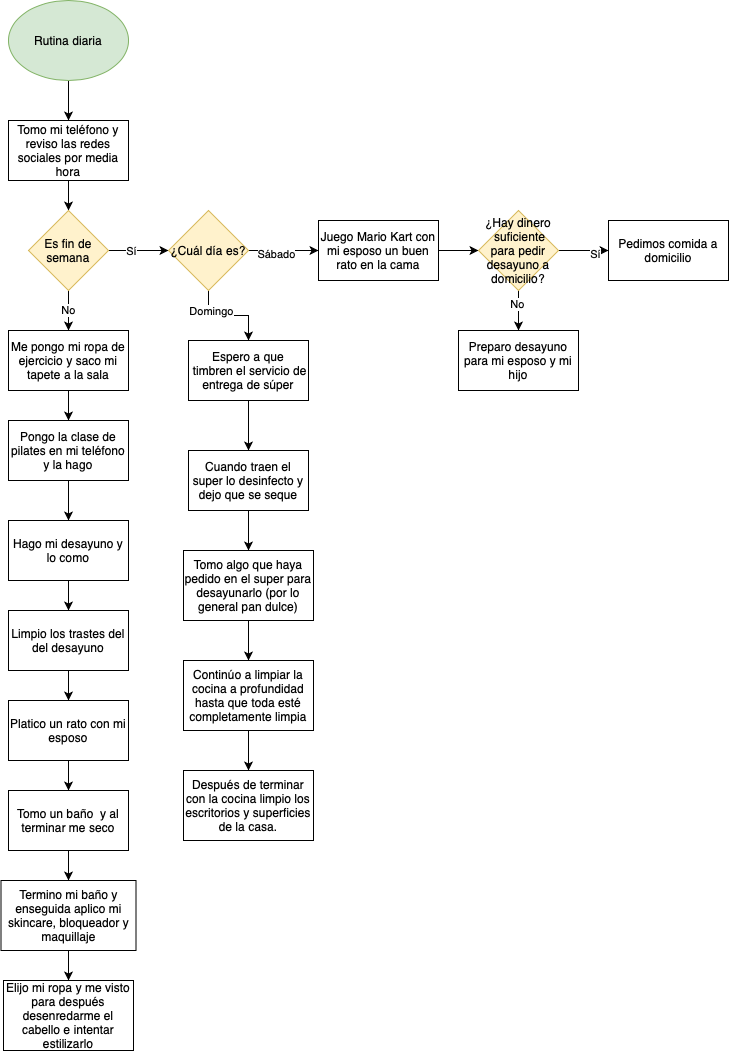
Earlier version of the draw.io export Rutina diaria.png (missphoneme/ejercicios-kodemia). Source tidied: cells renumbered, new cells last; positions are measured from the earlier drawing's top-left corner, leaving out a move shared by most shapes.
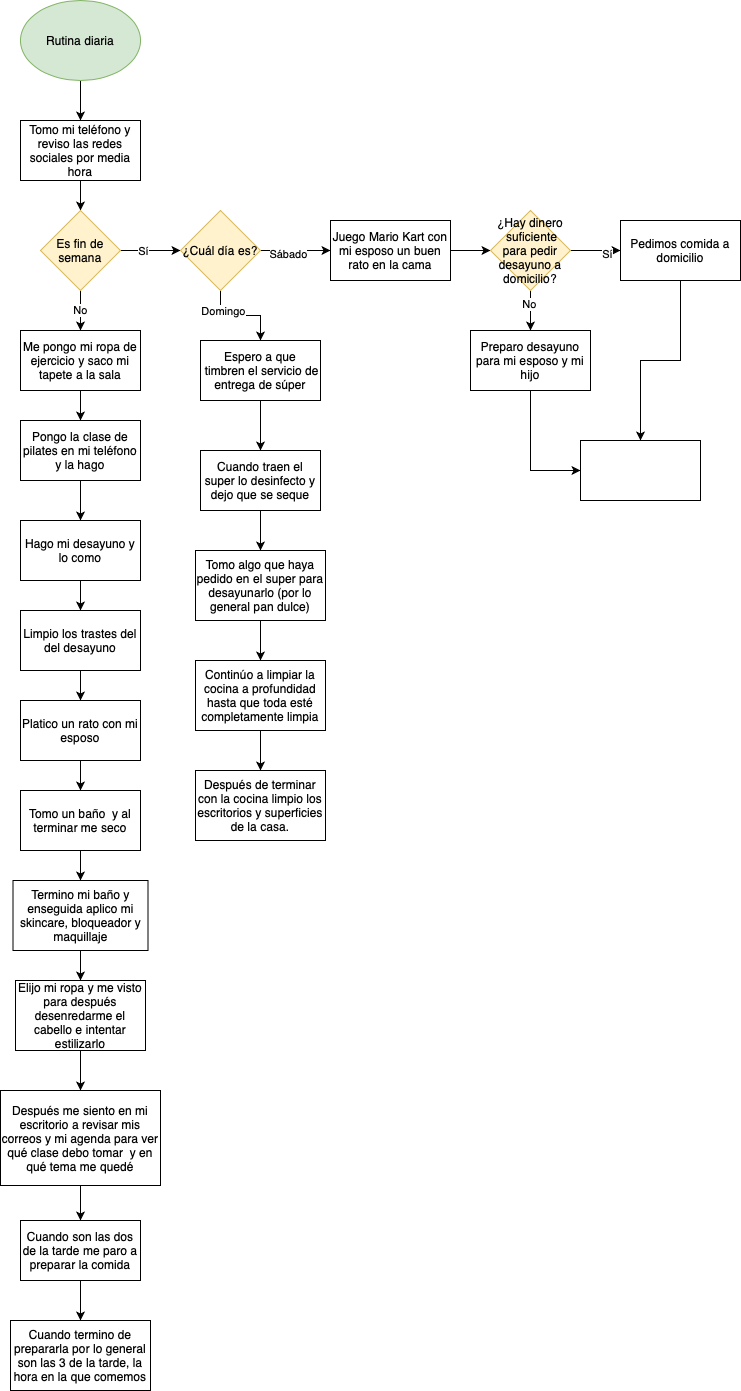
Above is the later version.

The edit, as a diff of the source:
```diff
@@ -101,6 +101,9 @@
     <mxCell id="34" value="Cuando traen el super lo desinfecto y dejo que se seque" style="rounded=0;whiteSpace=wrap;html=1;" parent="1" vertex="1">
       <mxGeometry x="188" y="450" width="120" height="60" as="geometry" />
     </mxCell>
+    <mxCell id="48" style="edgeStyle=orthogonalEdgeStyle;rounded=0;jettySize=auto;html=1;" parent="1" edge="1" source="35" target="53">
+      <mxGeometry relative="1" as="geometry" />
+    </mxCell>
     <mxCell id="35" value="Elijo mi ropa y me visto para después desenredarme el cabello e intentar estilizarlo" style="rounded=0;whiteSpace=wrap;html=1;" parent="1" vertex="1">
       <mxGeometry x="3" y="980" width="130" height="70" as="geometry" />
     </mxCell>
@@ -119,9 +122,15 @@
     <mxCell id="40" value="¿Hay dinero &amp;nbsp;suficiente para pedir desayuno a domicilio?" style="rhombus;whiteSpace=wrap;html=1;fillColor=#fff2cc;strokeColor=#d6b656;" parent="1" vertex="1">
       <mxGeometry x="478" y="210" width="80" height="80" as="geometry" />
     </mxCell>
+    <mxCell id="49" style="edgeStyle=orthogonalEdgeStyle;rounded=0;jettySize=auto;html=1;entryX=0.5;entryY=0;entryDx=0;entryDy=0;" parent="1" edge="1" source="41" target="51">
+      <mxGeometry relative="1" as="geometry" />
+    </mxCell>
     <mxCell id="41" value="Pedimos comida a domicilio" style="rounded=0;whiteSpace=wrap;html=1;" parent="1" vertex="1">
       <mxGeometry x="608" y="220" width="120" height="60" as="geometry" />
     </mxCell>
+    <mxCell id="50" style="edgeStyle=orthogonalEdgeStyle;rounded=0;jettySize=auto;html=1;entryX=0;entryY=0.5;entryDx=0;entryDy=0;" parent="1" edge="1" source="42" target="51">
+      <mxGeometry relative="1" as="geometry" />
+    </mxCell>
     <mxCell id="42" value="Preparo desayuno para mi esposo y mi hijo" style="rounded=0;whiteSpace=wrap;html=1;" parent="1" vertex="1">
       <mxGeometry x="458" y="330" width="120" height="60" as="geometry" />
     </mxCell>
@@ -140,5 +149,23 @@
     <mxCell id="47" value="Después de terminar con la cocina limpio los escritorios y superficies de la casa." style="whiteSpace=wrap;html=1;rounded=0;" parent="1" vertex="1">
       <mxGeometry x="183" y="770" width="130" height="70" as="geometry" />
     </mxCell>
+    <mxCell id="51" style="rounded=0;whiteSpace=wrap;html=1;" parent="1" vertex="1">
+      <mxGeometry x="568" y="440" width="120" height="60" as="geometry" />
+    </mxCell>
+    <mxCell id="52" style="edgeStyle=orthogonalEdgeStyle;rounded=0;jettySize=auto;html=1;" parent="1" edge="1" source="53" target="55">
+      <mxGeometry relative="1" as="geometry" />
+    </mxCell>
+    <mxCell id="53" value="Después me siento en mi escritorio a revisar mis correos y mi agenda para ver qué clase debo tomar &amp;nbsp;y en qué tema me quedé" style="whiteSpace=wrap;html=1;rounded=0;" parent="1" vertex="1">
+      <mxGeometry x="-12" y="1090" width="160" height="95" as="geometry" />
+    </mxCell>
+    <mxCell id="54" style="edgeStyle=orthogonalEdgeStyle;rounded=0;jettySize=auto;html=1;" parent="1" edge="1" source="55" target="56">
+      <mxGeometry relative="1" as="geometry" />
+    </mxCell>
+    <mxCell id="55" value="Cuando son las dos de la tarde me paro a preparar la comida" style="whiteSpace=wrap;html=1;rounded=0;" parent="1" vertex="1">
+      <mxGeometry x="8" y="1220" width="120" height="60" as="geometry" />
+    </mxCell>
+    <mxCell id="56" value="Cuando termino de prepararla por lo general son las 3 de la tarde, la hora en la que comemos" style="whiteSpace=wrap;html=1;rounded=0;" parent="1" vertex="1">
+      <mxGeometry x="-2" y="1320" width="140" height="70" as="geometry" />
+    </mxCell>
   </root>
 </mxGraphModel>
```
